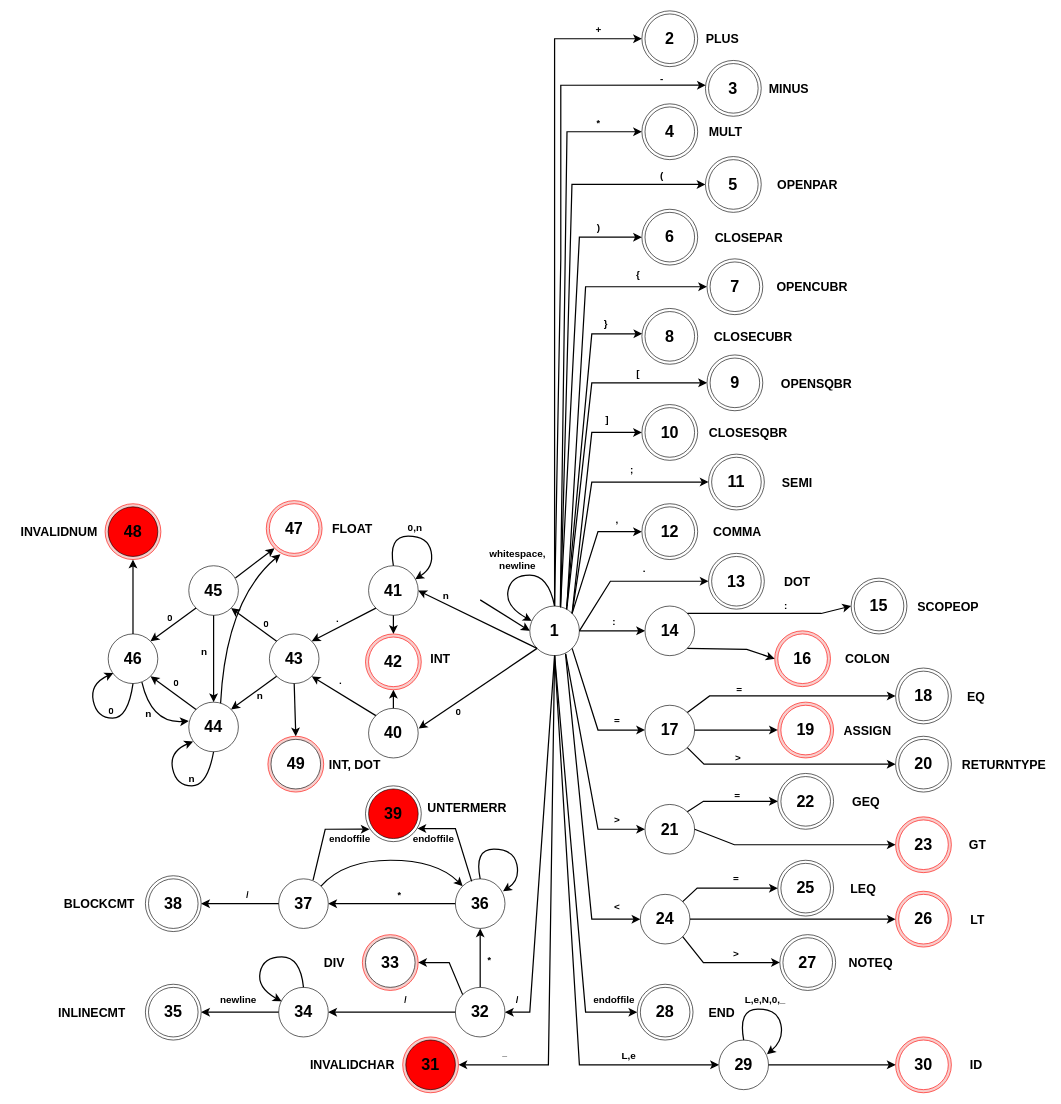
Earlier version of the draw.io diagram 1-Lexical Analyzer/Documentation/dfa.drawio (jeremy-piperni/COMP-442-Compiler). Source tidied: cells renumbered, new cells numbered last; positions are measured from the earlier drawing's top-left corner, leaving out a move shared by most shapes. Both pictures are drawn from the tidied source at 62%, with x=0, y=0 at pixel (13, 11).
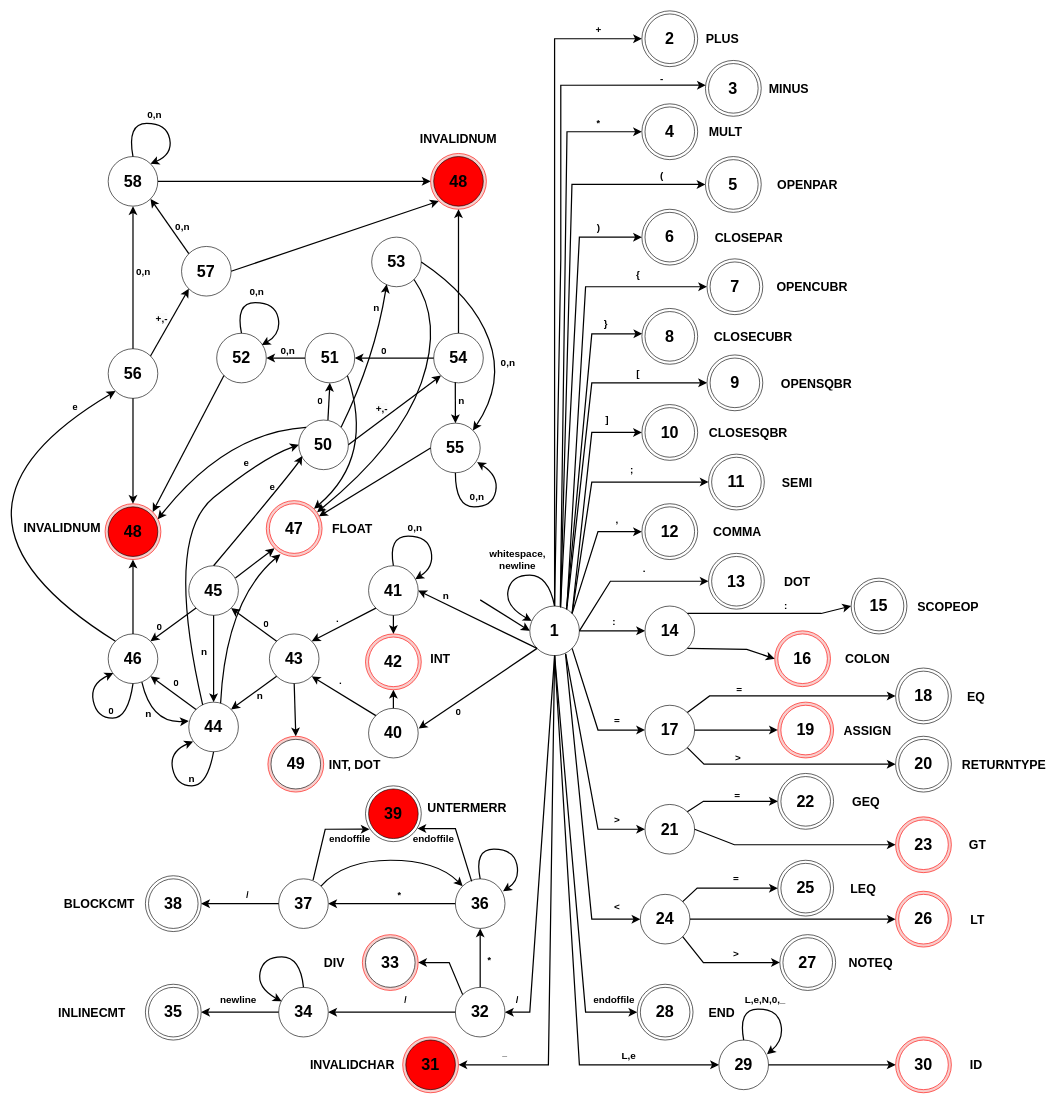
Above is the later version.

Unchanged cells that the change refers to:
```xml
<mxCell id="188" value="&lt;font size=&quot;1&quot; style=&quot;&quot;&gt;&lt;b style=&quot;font-size: 26px;&quot;&gt;44&lt;/b&gt;&lt;/font&gt;" style="ellipse;whiteSpace=wrap;html=1;" parent="1" vertex="1">
  <mxGeometry x="283" y="1115" width="80" height="80" as="geometry" />
</mxCell>
<mxCell id="189" value="&lt;font size=&quot;1&quot; style=&quot;&quot;&gt;&lt;b style=&quot;font-size: 26px;&quot;&gt;45&lt;/b&gt;&lt;/font&gt;" style="ellipse;whiteSpace=wrap;html=1;" parent="1" vertex="1">
  <mxGeometry x="283" y="895" width="80" height="80" as="geometry" />
</mxCell>
<mxCell id="190" value="&lt;font size=&quot;1&quot; style=&quot;&quot;&gt;&lt;b style=&quot;font-size: 26px;&quot;&gt;46&lt;/b&gt;&lt;/font&gt;" style="ellipse;whiteSpace=wrap;html=1;" parent="1" vertex="1">
  <mxGeometry x="153" y="1005" width="80" height="80" as="geometry" />
</mxCell>
<mxCell id="198" style="ellipse;whiteSpace=wrap;html=1;fontSize=26;fillColor=#f8cecc;strokeColor=#ff0800;" parent="1" vertex="1">
  <mxGeometry x="148" y="795" width="90" height="90" as="geometry" />
</mxCell>
<mxCell id="199" value="&lt;font size=&quot;1&quot; style=&quot;&quot;&gt;&lt;b style=&quot;font-size: 26px;&quot;&gt;48&lt;/b&gt;&lt;/font&gt;" style="ellipse;whiteSpace=wrap;html=1;fillColor=#ff0000;" parent="1" vertex="1">
  <mxGeometry x="153" y="800" width="80" height="80" as="geometry" />
</mxCell>
<mxCell id="205" style="ellipse;whiteSpace=wrap;html=1;fontSize=26;fillColor=#f8cecc;strokeColor=#ff0800;" parent="1" vertex="1">
  <mxGeometry x="408" y="790" width="90" height="90" as="geometry" />
</mxCell>
<mxCell id="206" value="&lt;span style=&quot;font-size: 26px;&quot;&gt;&lt;b&gt;47&lt;/b&gt;&lt;/span&gt;" style="ellipse;whiteSpace=wrap;html=1;strokeColor=#ff0000;" parent="1" vertex="1">
  <mxGeometry x="413" y="795" width="80" height="80" as="geometry" />
</mxCell>
```

Diff of the diagram source:
```diff
@@
     <mxCell id="209" value="&lt;font size=&quot;1&quot; style=&quot;&quot;&gt;&lt;b style=&quot;font-size: 20px;&quot;&gt;INVALIDNUM&lt;/b&gt;&lt;/font&gt;" style="text;strokeColor=none;fillColor=none;align=center;verticalAlign=middle;spacingLeft=4;spacingRight=4;overflow=hidden;whiteSpace=wrap;html=1;" parent="1" vertex="1">
-      <mxGeometry x="-0.3" y="825" width="148.3" height="30" as="geometry" />
+      <mxGeometry x="4.7" y="817.5" width="148.3" height="30" as="geometry" />
     </mxCell>
@@
     <mxCell id="219" value="&lt;font size=&quot;1&quot; style=&quot;&quot;&gt;&lt;b style=&quot;font-size: 16px;&quot;&gt;0&lt;br&gt;&lt;/b&gt;&lt;/font&gt;" style="text;strokeColor=none;fillColor=none;align=center;verticalAlign=middle;spacingLeft=4;spacingRight=4;overflow=hidden;whiteSpace=wrap;html=1;" parent="1" vertex="1">
-      <mxGeometry x="218" y="965" width="70" height="25" as="geometry" />
+      <mxGeometry x="201.3" y="980" width="70" height="25" as="geometry" />
     </mxCell>
@@
+    <mxCell id="229" value="&lt;font size=&quot;1&quot; style=&quot;&quot;&gt;&lt;b style=&quot;font-size: 26px;&quot;&gt;50&lt;/b&gt;&lt;/font&gt;" style="ellipse;whiteSpace=wrap;html=1;" parent="1" vertex="1">
+      <mxGeometry x="460.4" y="660" width="80" height="80" as="geometry" />
+    </mxCell>
+    <mxCell id="230" style="curved=1;endArrow=classic;html=1;rounded=0;strokeWidth=2;startSize=8;endSize=8;jumpSize=6;exitX=0.28;exitY=0.054;exitDx=0;exitDy=0;entryX=0;entryY=0.5;entryDx=0;entryDy=0;exitPerimeter=0;" parent="1" edge="1" source="188" target="229">
+      <mxGeometry relative="1" as="geometry">
+        <Array as="points">
+          <mxPoint x="243" y="850" />
+          <mxPoint x="403" y="720" />
+        </Array>
+      </mxGeometry>
+    </mxCell>
+    <mxCell id="231" style="curved=1;endArrow=classic;html=1;rounded=0;strokeWidth=2;startSize=8;endSize=8;jumpSize=6;exitX=0.5;exitY=0;exitDx=0;exitDy=0;entryX=0.07;entryY=0.724;entryDx=0;entryDy=0;entryPerimeter=0;" parent="1" edge="1" source="189" target="229">
+      <mxGeometry relative="1" as="geometry">
+        <Array as="points">
+          <mxPoint x="453" y="740" />
+        </Array>
+      </mxGeometry>
+    </mxCell>
+    <mxCell id="232" value="&lt;font size=&quot;1&quot; style=&quot;&quot;&gt;&lt;b style=&quot;font-size: 16px;&quot;&gt;e&lt;br&gt;&lt;/b&gt;&lt;/font&gt;" style="text;strokeColor=none;fillColor=none;align=center;verticalAlign=middle;spacingLeft=4;spacingRight=4;overflow=hidden;whiteSpace=wrap;html=1;" parent="1" vertex="1">
+      <mxGeometry x="383" y="755" width="70" height="25" as="geometry" />
+    </mxCell>
+    <mxCell id="233" value="&lt;font size=&quot;1&quot; style=&quot;&quot;&gt;&lt;b style=&quot;font-size: 16px;&quot;&gt;e&lt;br&gt;&lt;/b&gt;&lt;/font&gt;" style="text;strokeColor=none;fillColor=none;align=center;verticalAlign=middle;spacingLeft=4;spacingRight=4;overflow=hidden;whiteSpace=wrap;html=1;" parent="1" vertex="1">
+      <mxGeometry x="340.6" y="715" width="70" height="25" as="geometry" />
+    </mxCell>
+    <mxCell id="234" value="&lt;font size=&quot;1&quot; style=&quot;&quot;&gt;&lt;b style=&quot;font-size: 26px;&quot;&gt;51&lt;/b&gt;&lt;/font&gt;" style="ellipse;whiteSpace=wrap;html=1;" parent="1" vertex="1">
+      <mxGeometry x="470.6" y="520" width="80" height="80" as="geometry" />
+    </mxCell>
+    <mxCell id="235" value="&lt;font size=&quot;1&quot; style=&quot;&quot;&gt;&lt;b style=&quot;font-size: 26px;&quot;&gt;52&lt;/b&gt;&lt;/font&gt;" style="ellipse;whiteSpace=wrap;html=1;" parent="1" vertex="1">
+      <mxGeometry x="328" y="520" width="80" height="80" as="geometry" />
+    </mxCell>
+    <mxCell id="236" style="endArrow=classic;html=1;rounded=0;jumpSize=6;endSize=8;startSize=8;strokeWidth=2;exitX=0;exitY=1;exitDx=0;exitDy=0;entryX=1;entryY=0;entryDx=0;entryDy=0;" parent="1" edge="1" source="235" target="198">
+      <mxGeometry relative="1" as="geometry" />
+    </mxCell>
+    <mxCell id="237" style="endArrow=classic;html=1;rounded=0;entryX=0.5;entryY=1;entryDx=0;entryDy=0;jumpSize=6;endSize=8;startSize=8;strokeWidth=2;exitX=0.588;exitY=0;exitDx=0;exitDy=0;exitPerimeter=0;" parent="1" edge="1" source="229" target="234">
+      <mxGeometry relative="1" as="geometry" />
+    </mxCell>
+    <mxCell id="238" style="endArrow=classic;html=1;rounded=0;entryX=1;entryY=0.5;entryDx=0;entryDy=0;jumpSize=6;endSize=8;startSize=8;strokeWidth=2;exitX=0;exitY=0.5;exitDx=0;exitDy=0;" parent="1" edge="1" source="234" target="235">
+      <mxGeometry relative="1" as="geometry" />
+    </mxCell>
+    <mxCell id="239" style="curved=1;endArrow=classic;html=1;rounded=0;strokeWidth=2;startSize=8;endSize=8;jumpSize=6;exitX=0.5;exitY=0;exitDx=0;exitDy=0;entryX=0.909;entryY=0.239;entryDx=0;entryDy=0;entryPerimeter=0;" parent="1" edge="1" source="235" target="235">
+      <mxGeometry relative="1" as="geometry">
+        <Array as="points">
+          <mxPoint x="358" y="470.6" />
+          <mxPoint x="422.2" y="470.6" />
+          <mxPoint x="432.2" y="520.6" />
+        </Array>
+      </mxGeometry>
+    </mxCell>
+    <mxCell id="240" value="&lt;font size=&quot;1&quot; style=&quot;&quot;&gt;&lt;b style=&quot;font-size: 16px;&quot;&gt;0,n&lt;br&gt;&lt;/b&gt;&lt;/font&gt;" style="text;strokeColor=none;fillColor=none;align=center;verticalAlign=middle;spacingLeft=4;spacingRight=4;overflow=hidden;whiteSpace=wrap;html=1;" parent="1" vertex="1">
+      <mxGeometry x="358" y="440" width="70" height="25" as="geometry" />
+    </mxCell>
+    <mxCell id="241" value="&lt;font size=&quot;1&quot; style=&quot;&quot;&gt;&lt;b style=&quot;font-size: 16px;&quot;&gt;0&lt;br&gt;&lt;/b&gt;&lt;/font&gt;" style="text;strokeColor=none;fillColor=none;align=center;verticalAlign=middle;spacingLeft=4;spacingRight=4;overflow=hidden;whiteSpace=wrap;html=1;" parent="1" vertex="1">
+      <mxGeometry x="460.4" y="615" width="70" height="25" as="geometry" />
+    </mxCell>
+    <mxCell id="242" value="&lt;font size=&quot;1&quot; style=&quot;&quot;&gt;&lt;b style=&quot;font-size: 16px;&quot;&gt;0,n&lt;br&gt;&lt;/b&gt;&lt;/font&gt;" style="text;strokeColor=none;fillColor=none;align=center;verticalAlign=middle;spacingLeft=4;spacingRight=4;overflow=hidden;whiteSpace=wrap;html=1;" parent="1" vertex="1">
+      <mxGeometry x="408" y="535" width="70" height="25" as="geometry" />
+    </mxCell>
+    <mxCell id="243" style="curved=1;endArrow=classic;html=1;rounded=0;strokeWidth=2;startSize=8;endSize=8;jumpSize=6;exitX=1;exitY=1;exitDx=0;exitDy=0;entryX=1;entryY=0;entryDx=0;entryDy=0;" parent="1" edge="1" source="234" target="205">
+      <mxGeometry relative="1" as="geometry">
+        <Array as="points">
+          <mxPoint x="583" y="720" />
+        </Array>
+      </mxGeometry>
+    </mxCell>
+    <mxCell id="244" value="&lt;font size=&quot;1&quot; style=&quot;&quot;&gt;&lt;b style=&quot;font-size: 26px;&quot;&gt;55&lt;/b&gt;&lt;/font&gt;" style="ellipse;whiteSpace=wrap;html=1;" parent="1" vertex="1">
+      <mxGeometry x="673" y="665" width="80" height="80" as="geometry" />
+    </mxCell>
+    <mxCell id="245" value="&lt;font size=&quot;1&quot; style=&quot;&quot;&gt;&lt;b style=&quot;font-size: 26px;&quot;&gt;54&lt;/b&gt;&lt;/font&gt;" style="ellipse;whiteSpace=wrap;html=1;" parent="1" vertex="1">
+      <mxGeometry x="678" y="520" width="80" height="80" as="geometry" />
+    </mxCell>
+    <mxCell id="246" value="&lt;font size=&quot;1&quot; style=&quot;&quot;&gt;&lt;b style=&quot;font-size: 26px;&quot;&gt;53&lt;/b&gt;&lt;/font&gt;" style="ellipse;whiteSpace=wrap;html=1;" parent="1" vertex="1">
+      <mxGeometry x="578" y="365" width="80" height="80" as="geometry" />
+    </mxCell>
+    <mxCell id="247" style="endArrow=classic;html=1;rounded=0;jumpSize=6;endSize=8;startSize=8;strokeWidth=2;exitX=1;exitY=0.5;exitDx=0;exitDy=0;entryX=0;entryY=1;entryDx=0;entryDy=0;" parent="1" edge="1" source="229" target="245">
+      <mxGeometry relative="1" as="geometry" />
+    </mxCell>
+    <mxCell id="248" style="curved=1;endArrow=classic;html=1;rounded=0;strokeWidth=2;startSize=8;endSize=8;jumpSize=6;exitX=1;exitY=0;exitDx=0;exitDy=0;entryX=0.302;entryY=0.952;entryDx=0;entryDy=0;entryPerimeter=0;" parent="1" edge="1" source="229" target="246">
+      <mxGeometry relative="1" as="geometry">
+        <Array as="points">
+          <mxPoint x="583" y="560" />
+        </Array>
+      </mxGeometry>
+    </mxCell>
+    <mxCell id="249" style="curved=1;endArrow=classic;html=1;rounded=0;strokeWidth=2;startSize=8;endSize=8;jumpSize=6;exitX=1;exitY=0.5;exitDx=0;exitDy=0;entryX=1;entryY=0;entryDx=0;entryDy=0;" parent="1" edge="1" source="246" target="244">
+      <mxGeometry relative="1" as="geometry">
+        <Array as="points">
+          <mxPoint x="741" y="460" />
+          <mxPoint x="793" y="600" />
+        </Array>
+      </mxGeometry>
+    </mxCell>
+    <mxCell id="250" value="&lt;font size=&quot;1&quot; style=&quot;&quot;&gt;&lt;b style=&quot;font-size: 16px;&quot;&gt;0,n&lt;br&gt;&lt;/b&gt;&lt;/font&gt;" style="text;strokeColor=none;fillColor=none;align=center;verticalAlign=middle;spacingLeft=4;spacingRight=4;overflow=hidden;whiteSpace=wrap;html=1;" parent="1" vertex="1">
+      <mxGeometry x="763" y="555" width="70" height="25" as="geometry" />
+    </mxCell>
+    <mxCell id="251" value="&lt;b style=&quot;border-color: var(--border-color); color: rgb(0, 0, 0); font-family: Helvetica; font-style: normal; font-variant-ligatures: normal; font-variant-caps: normal; letter-spacing: normal; orphans: 2; text-align: center; text-indent: 0px; text-transform: none; widows: 2; word-spacing: 0px; -webkit-text-stroke-width: 0px; background-color: rgb(251, 251, 251); text-decoration-thickness: initial; text-decoration-style: initial; text-decoration-color: initial; font-size: 16px;&quot;&gt;+,-&lt;/b&gt;" style="text;whiteSpace=wrap;html=1;" parent="1" vertex="1">
+      <mxGeometry x="583" y="625" width="40" height="40" as="geometry" />
+    </mxCell>
+    <mxCell id="252" value="&lt;font size=&quot;1&quot; style=&quot;&quot;&gt;&lt;b style=&quot;font-size: 16px;&quot;&gt;n&lt;br&gt;&lt;/b&gt;&lt;/font&gt;" style="text;strokeColor=none;fillColor=none;align=center;verticalAlign=middle;spacingLeft=4;spacingRight=4;overflow=hidden;whiteSpace=wrap;html=1;" parent="1" vertex="1">
+      <mxGeometry x="550.6" y="465" width="70" height="25" as="geometry" />
+    </mxCell>
+    <mxCell id="253" style="endArrow=classic;html=1;rounded=0;entryX=1;entryY=0.5;entryDx=0;entryDy=0;jumpSize=6;endSize=8;startSize=8;strokeWidth=2;exitX=0;exitY=0.5;exitDx=0;exitDy=0;" parent="1" edge="1" source="245" target="234">
+      <mxGeometry relative="1" as="geometry" />
+    </mxCell>
+    <mxCell id="254" value="&lt;font size=&quot;1&quot; style=&quot;&quot;&gt;&lt;b style=&quot;font-size: 16px;&quot;&gt;0&lt;br&gt;&lt;/b&gt;&lt;/font&gt;" style="text;strokeColor=none;fillColor=none;align=center;verticalAlign=middle;spacingLeft=4;spacingRight=4;overflow=hidden;whiteSpace=wrap;html=1;" parent="1" vertex="1">
+      <mxGeometry x="563" y="535" width="70" height="25" as="geometry" />
+    </mxCell>
+    <mxCell id="255" style="endArrow=classic;html=1;rounded=0;entryX=0.5;entryY=0;entryDx=0;entryDy=0;jumpSize=6;endSize=8;startSize=8;strokeWidth=2;exitX=0.436;exitY=0.989;exitDx=0;exitDy=0;exitPerimeter=0;" parent="1" edge="1" source="245" target="244">
+      <mxGeometry relative="1" as="geometry" />
+    </mxCell>
+    <mxCell id="256" value="&lt;font size=&quot;1&quot; style=&quot;&quot;&gt;&lt;b style=&quot;font-size: 16px;&quot;&gt;n&lt;br&gt;&lt;/b&gt;&lt;/font&gt;" style="text;strokeColor=none;fillColor=none;align=center;verticalAlign=middle;spacingLeft=4;spacingRight=4;overflow=hidden;whiteSpace=wrap;html=1;" parent="1" vertex="1">
+      <mxGeometry x="688" y="615" width="70" height="25" as="geometry" />
+    </mxCell>
+    <mxCell id="257" style="curved=1;endArrow=classic;html=1;rounded=0;strokeWidth=2;startSize=8;endSize=8;jumpSize=6;entryX=0.938;entryY=0.785;entryDx=0;entryDy=0;entryPerimeter=0;exitX=0.5;exitY=1;exitDx=0;exitDy=0;" parent="1" edge="1" source="244" target="244">
+      <mxGeometry relative="1" as="geometry">
+        <Array as="points">
+          <mxPoint x="713" y="800" />
+          <mxPoint x="773" y="800" />
+          <mxPoint x="783" y="750" />
+        </Array>
+      </mxGeometry>
+    </mxCell>
+    <mxCell id="258" value="&lt;font size=&quot;1&quot; style=&quot;&quot;&gt;&lt;b style=&quot;font-size: 16px;&quot;&gt;0,n&lt;br&gt;&lt;/b&gt;&lt;/font&gt;" style="text;strokeColor=none;fillColor=none;align=center;verticalAlign=middle;spacingLeft=4;spacingRight=4;overflow=hidden;whiteSpace=wrap;html=1;" parent="1" vertex="1">
+      <mxGeometry x="713" y="770" width="70" height="25" as="geometry" />
+    </mxCell>
+    <mxCell id="259" style="endArrow=classic;html=1;rounded=0;entryX=1;entryY=0.254;entryDx=0;entryDy=0;jumpSize=6;endSize=8;startSize=8;strokeWidth=2;entryPerimeter=0;exitX=0;exitY=0.5;exitDx=0;exitDy=0;" parent="1" edge="1" source="244" target="206">
+      <mxGeometry relative="1" as="geometry" />
+    </mxCell>
+    <mxCell id="260" style="curved=1;endArrow=classic;html=1;rounded=0;strokeWidth=2;startSize=8;endSize=8;jumpSize=6;exitX=0;exitY=0;exitDx=0;exitDy=0;entryX=1;entryY=0.25;entryDx=0;entryDy=0;entryPerimeter=0;" parent="1" edge="1" source="229" target="199">
+      <mxGeometry relative="1" as="geometry">
+        <Array as="points">
+          <mxPoint x="343" y="680" />
+        </Array>
+      </mxGeometry>
+    </mxCell>
+    <mxCell id="261" style="curved=1;endArrow=classic;html=1;rounded=0;strokeWidth=2;startSize=8;endSize=8;jumpSize=6;exitX=1;exitY=1;exitDx=0;exitDy=0;entryX=0.909;entryY=0.209;entryDx=0;entryDy=0;entryPerimeter=0;" parent="1" edge="1" source="246" target="205">
+      <mxGeometry relative="1" as="geometry">
+        <Array as="points">
+          <mxPoint x="693" y="500" />
+          <mxPoint x="623" y="700" />
+        </Array>
+      </mxGeometry>
+    </mxCell>
+    <mxCell id="262" style="ellipse;whiteSpace=wrap;html=1;fontSize=26;fillColor=#f8cecc;strokeColor=#ff0800;" parent="1" vertex="1">
+      <mxGeometry x="673" y="230" width="90" height="90" as="geometry" />
+    </mxCell>
+    <mxCell id="263" value="&lt;font size=&quot;1&quot; style=&quot;&quot;&gt;&lt;b style=&quot;font-size: 26px;&quot;&gt;48&lt;/b&gt;&lt;/font&gt;" style="ellipse;whiteSpace=wrap;html=1;fillColor=#ff0000;" parent="1" vertex="1">
+      <mxGeometry x="678" y="235" width="80" height="80" as="geometry" />
+    </mxCell>
+    <mxCell id="264" value="&lt;font size=&quot;1&quot; style=&quot;&quot;&gt;&lt;b style=&quot;font-size: 20px;&quot;&gt;INVALIDNUM&lt;/b&gt;&lt;/font&gt;" style="text;strokeColor=none;fillColor=none;align=center;verticalAlign=middle;spacingLeft=4;spacingRight=4;overflow=hidden;whiteSpace=wrap;html=1;" parent="1" vertex="1">
+      <mxGeometry x="643.9" y="190" width="148.3" height="30" as="geometry" />
+    </mxCell>
+    <mxCell id="265" style="endArrow=classic;html=1;rounded=0;entryX=0.5;entryY=1;entryDx=0;entryDy=0;jumpSize=6;endSize=8;startSize=8;strokeWidth=2;exitX=0.5;exitY=0;exitDx=0;exitDy=0;" parent="1" edge="1" source="245" target="262">
+      <mxGeometry relative="1" as="geometry" />
+    </mxCell>
+    <mxCell id="266" value="&lt;font size=&quot;1&quot; style=&quot;&quot;&gt;&lt;b style=&quot;font-size: 26px;&quot;&gt;56&lt;/b&gt;&lt;/font&gt;" style="ellipse;whiteSpace=wrap;html=1;" parent="1" vertex="1">
+      <mxGeometry x="153" y="545" width="80" height="80" as="geometry" />
+    </mxCell>
+    <mxCell id="267" value="&lt;font size=&quot;1&quot; style=&quot;&quot;&gt;&lt;b style=&quot;font-size: 26px;&quot;&gt;57&lt;/b&gt;&lt;/font&gt;" style="ellipse;whiteSpace=wrap;html=1;" parent="1" vertex="1">
+      <mxGeometry x="271.3" y="380" width="80" height="80" as="geometry" />
+    </mxCell>
+    <mxCell id="268" value="&lt;font size=&quot;1&quot; style=&quot;&quot;&gt;&lt;b style=&quot;font-size: 26px;&quot;&gt;58&lt;/b&gt;&lt;/font&gt;" style="ellipse;whiteSpace=wrap;html=1;" parent="1" vertex="1">
+      <mxGeometry x="153" y="235" width="80" height="80" as="geometry" />
+    </mxCell>
+    <mxCell id="269" style="curved=1;endArrow=classic;html=1;rounded=0;strokeWidth=2;startSize=8;endSize=8;jumpSize=6;exitX=0;exitY=0;exitDx=0;exitDy=0;entryX=0;entryY=1;entryDx=0;entryDy=0;" parent="1" edge="1" source="190" target="266">
+      <mxGeometry relative="1" as="geometry">
+        <Array as="points">
+          <mxPoint x="-167" y="810" />
+        </Array>
+      </mxGeometry>
+    </mxCell>
+    <mxCell id="270" value="&lt;font size=&quot;1&quot; style=&quot;&quot;&gt;&lt;b style=&quot;font-size: 16px;&quot;&gt;e&lt;br&gt;&lt;/b&gt;&lt;/font&gt;" style="text;strokeColor=none;fillColor=none;align=center;verticalAlign=middle;spacingLeft=4;spacingRight=4;overflow=hidden;whiteSpace=wrap;html=1;" parent="1" vertex="1">
+      <mxGeometry x="64.7" y="625" width="70" height="25" as="geometry" />
+    </mxCell>
+    <mxCell id="271" style="endArrow=classic;html=1;rounded=0;jumpSize=6;endSize=8;startSize=8;strokeWidth=2;exitX=0.5;exitY=1;exitDx=0;exitDy=0;entryX=0.5;entryY=0;entryDx=0;entryDy=0;" parent="1" edge="1" source="266" target="198">
+      <mxGeometry relative="1" as="geometry" />
+    </mxCell>
+    <mxCell id="272" style="endArrow=classic;html=1;rounded=0;jumpSize=6;endSize=8;startSize=8;strokeWidth=2;exitX=1;exitY=0;exitDx=0;exitDy=0;entryX=0;entryY=1;entryDx=0;entryDy=0;" parent="1" edge="1" source="266" target="267">
+      <mxGeometry relative="1" as="geometry" />
+    </mxCell>
+    <mxCell id="273" style="endArrow=classic;html=1;rounded=0;jumpSize=6;endSize=8;startSize=8;strokeWidth=2;exitX=0;exitY=0;exitDx=0;exitDy=0;entryX=1;entryY=1;entryDx=0;entryDy=0;" parent="1" edge="1" source="267" target="268">
+      <mxGeometry relative="1" as="geometry" />
+    </mxCell>
+    <mxCell id="274" style="endArrow=classic;html=1;rounded=0;jumpSize=6;endSize=8;startSize=8;strokeWidth=2;exitX=0.5;exitY=0;exitDx=0;exitDy=0;entryX=0.5;entryY=1;entryDx=0;entryDy=0;" parent="1" edge="1" source="266" target="268">
+      <mxGeometry relative="1" as="geometry" />
+    </mxCell>
+    <mxCell id="275" value="&lt;font size=&quot;1&quot; style=&quot;&quot;&gt;&lt;b style=&quot;font-size: 16px;&quot;&gt;0,n&lt;br&gt;&lt;/b&gt;&lt;/font&gt;" style="text;strokeColor=none;fillColor=none;align=center;verticalAlign=middle;spacingLeft=4;spacingRight=4;overflow=hidden;whiteSpace=wrap;html=1;" parent="1" vertex="1">
+      <mxGeometry x="174.7" y="407.5" width="70" height="25" as="geometry" />
+    </mxCell>
+    <mxCell id="276" value="&lt;font size=&quot;1&quot; style=&quot;&quot;&gt;&lt;b style=&quot;font-size: 16px;&quot;&gt;0,n&lt;br&gt;&lt;/b&gt;&lt;/font&gt;" style="text;strokeColor=none;fillColor=none;align=center;verticalAlign=middle;spacingLeft=4;spacingRight=4;overflow=hidden;whiteSpace=wrap;html=1;" parent="1" vertex="1">
+      <mxGeometry x="238" y="335" width="70" height="25" as="geometry" />
+    </mxCell>
+    <mxCell id="277" style="endArrow=classic;html=1;rounded=0;jumpSize=6;endSize=8;startSize=8;strokeWidth=2;exitX=1;exitY=0.5;exitDx=0;exitDy=0;entryX=0;entryY=1;entryDx=0;entryDy=0;" parent="1" edge="1" source="267" target="262">
+      <mxGeometry relative="1" as="geometry" />
+    </mxCell>
+    <mxCell id="278" style="endArrow=classic;html=1;rounded=0;jumpSize=6;endSize=8;startSize=8;strokeWidth=2;exitX=1;exitY=0.5;exitDx=0;exitDy=0;entryX=0;entryY=0.5;entryDx=0;entryDy=0;" parent="1" edge="1" source="268" target="262">
+      <mxGeometry relative="1" as="geometry" />
+    </mxCell>
+    <mxCell id="279" style="curved=1;endArrow=classic;html=1;rounded=0;strokeWidth=2;startSize=8;endSize=8;jumpSize=6;exitX=0.5;exitY=0;exitDx=0;exitDy=0;entryX=1;entryY=0;entryDx=0;entryDy=0;" parent="1" edge="1" source="268" target="268">
+      <mxGeometry relative="1" as="geometry">
+        <Array as="points">
+          <mxPoint x="183" y="181.5" />
+          <mxPoint x="247.2" y="181.5" />
+          <mxPoint x="257.2" y="231.5" />
+        </Array>
+      </mxGeometry>
+    </mxCell>
+    <mxCell id="280" value="&lt;font size=&quot;1&quot; style=&quot;&quot;&gt;&lt;b style=&quot;font-size: 16px;&quot;&gt;0,n&lt;br&gt;&lt;/b&gt;&lt;/font&gt;" style="text;strokeColor=none;fillColor=none;align=center;verticalAlign=middle;spacingLeft=4;spacingRight=4;overflow=hidden;whiteSpace=wrap;html=1;" parent="1" vertex="1">
+      <mxGeometry x="193" y="155" width="70" height="25" as="geometry" />
+    </mxCell>
+    <mxCell id="281" value="&lt;b style=&quot;border-color: var(--border-color); color: rgb(0, 0, 0); font-family: Helvetica; font-style: normal; font-variant-ligatures: normal; font-variant-caps: normal; letter-spacing: normal; orphans: 2; text-align: center; text-indent: 0px; text-transform: none; widows: 2; word-spacing: 0px; -webkit-text-stroke-width: 0px; background-color: rgb(251, 251, 251); text-decoration-thickness: initial; text-decoration-style: initial; text-decoration-color: initial; font-size: 16px;&quot;&gt;+,-&lt;/b&gt;" style="text;whiteSpace=wrap;html=1;" parent="1" vertex="1">
+      <mxGeometry x="228" y="480" width="40" height="40" as="geometry" />
+    </mxCell>
```
